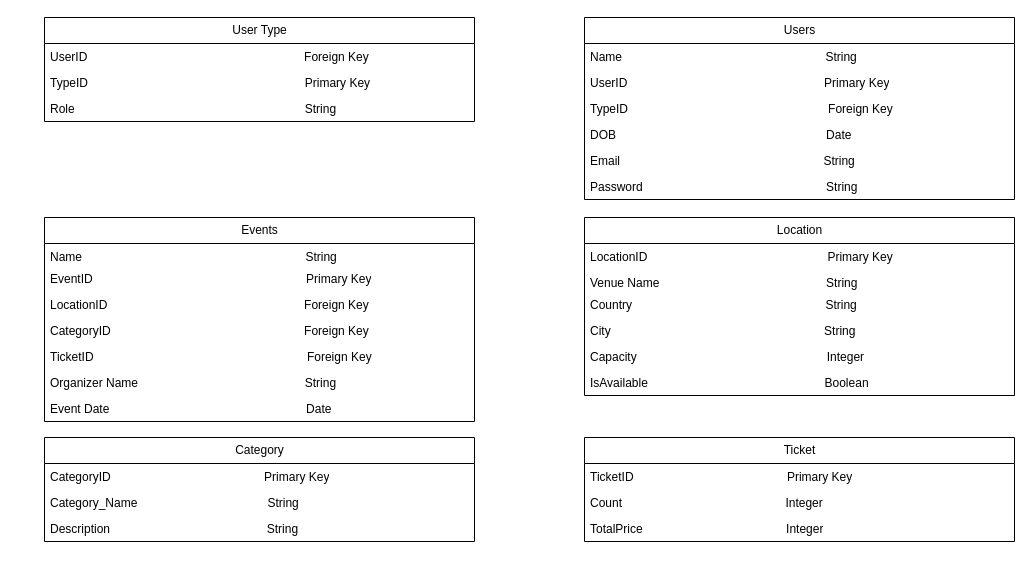
Stormtroopper/HTML-layout-learning keeps this draw.io diagram as Tables.drawio. Above is the earlier version. Source tidied: cells renumbered, new cells numbered last; positions are measured from the earlier drawing's top-left corner, leaving out a move shared by most shapes. Both pictures are drawn from the tidied source at 100%, with x=0, y=0 at pixel (44, 17).
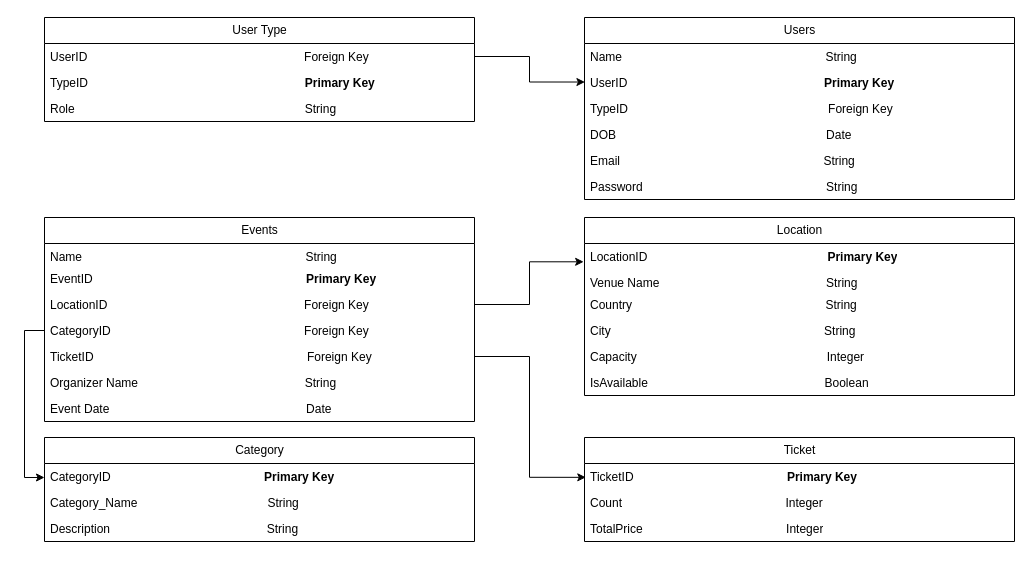
The same diagram, later.

Commit message:
Events_Management_Database_Design

Unchanged cells that the change refers to:
```xml
<mxCell id="2" value="User Type" style="swimlane;fontStyle=0;horizontal=1;startSize=26;fillColor=none;html=1;" parent="1" vertex="1">
  <mxGeometry width="430" height="104" as="geometry" />
</mxCell>
<mxCell id="3" value="UserID&amp;nbsp; &amp;nbsp; &amp;nbsp; &amp;nbsp; &amp;nbsp; &amp;nbsp; &amp;nbsp; &amp;nbsp; &amp;nbsp; &amp;nbsp; &amp;nbsp; &amp;nbsp; &amp;nbsp; &amp;nbsp; &amp;nbsp; &amp;nbsp; &amp;nbsp; &amp;nbsp; &amp;nbsp; &amp;nbsp; &amp;nbsp; &amp;nbsp; &amp;nbsp; &amp;nbsp; &amp;nbsp; &amp;nbsp; &amp;nbsp; &amp;nbsp; &amp;nbsp; &amp;nbsp; &amp;nbsp; &amp;nbsp; &amp;nbsp;Foreign Key&amp;nbsp; &amp;nbsp; &amp;nbsp; &amp;nbsp; &amp;nbsp; &amp;nbsp;" style="text;strokeColor=none;fillColor=none;align=left;verticalAlign=top;spacingLeft=4;spacingRight=4;overflow=hidden;points=[[0,0.5],[1,0.5]];portConstraint=eastwest;whiteSpace=wrap;html=1;" parent="2" vertex="1">
  <mxGeometry y="26" width="430" height="26" as="geometry" />
</mxCell>
<mxCell id="6" value="Users" style="swimlane;fontStyle=0;horizontal=1;startSize=26;fillColor=none;html=1;" parent="1" vertex="1">
  <mxGeometry x="540" width="430" height="182" as="geometry" />
</mxCell>
<mxCell id="13" value="Events" style="swimlane;fontStyle=0;horizontal=1;startSize=26;fillColor=none;html=1;" parent="1" vertex="1">
  <mxGeometry y="200" width="430" height="204" as="geometry" />
</mxCell>
<mxCell id="16" value="LocationID&amp;nbsp; &amp;nbsp; &amp;nbsp; &amp;nbsp; &amp;nbsp; &amp;nbsp; &amp;nbsp; &amp;nbsp; &amp;nbsp; &amp;nbsp; &amp;nbsp; &amp;nbsp; &amp;nbsp; &amp;nbsp; &amp;nbsp; &amp;nbsp; &amp;nbsp; &amp;nbsp; &amp;nbsp; &amp;nbsp; &amp;nbsp; &amp;nbsp; &amp;nbsp; &amp;nbsp; &amp;nbsp; &amp;nbsp; &amp;nbsp; &amp;nbsp; &amp;nbsp; &amp;nbsp;Foreign Key" style="text;strokeColor=none;fillColor=none;align=left;verticalAlign=top;spacingLeft=4;spacingRight=4;overflow=hidden;points=[[0,0.5],[1,0.5]];portConstraint=eastwest;whiteSpace=wrap;html=1;" parent="13" vertex="1">
  <mxGeometry y="74" width="430" height="26" as="geometry" />
</mxCell>
<mxCell id="17" value="CategoryID&amp;nbsp; &amp;nbsp; &amp;nbsp; &amp;nbsp; &amp;nbsp; &amp;nbsp; &amp;nbsp; &amp;nbsp; &amp;nbsp; &amp;nbsp; &amp;nbsp; &amp;nbsp; &amp;nbsp; &amp;nbsp; &amp;nbsp; &amp;nbsp; &amp;nbsp; &amp;nbsp; &amp;nbsp; &amp;nbsp; &amp;nbsp; &amp;nbsp; &amp;nbsp; &amp;nbsp; &amp;nbsp; &amp;nbsp; &amp;nbsp; &amp;nbsp; &amp;nbsp; Foreign Key" style="text;strokeColor=none;fillColor=none;align=left;verticalAlign=top;spacingLeft=4;spacingRight=4;overflow=hidden;points=[[0,0.5],[1,0.5]];portConstraint=eastwest;whiteSpace=wrap;html=1;" parent="13" vertex="1">
  <mxGeometry y="100" width="430" height="26" as="geometry" />
</mxCell>
<mxCell id="18" value="TicketID&amp;nbsp; &amp;nbsp; &amp;nbsp; &amp;nbsp; &amp;nbsp; &amp;nbsp; &amp;nbsp; &amp;nbsp; &amp;nbsp; &amp;nbsp; &amp;nbsp; &amp;nbsp; &amp;nbsp; &amp;nbsp; &amp;nbsp; &amp;nbsp; &amp;nbsp; &amp;nbsp; &amp;nbsp; &amp;nbsp; &amp;nbsp; &amp;nbsp; &amp;nbsp; &amp;nbsp; &amp;nbsp; &amp;nbsp; &amp;nbsp; &amp;nbsp; &amp;nbsp; &amp;nbsp; &amp;nbsp; &amp;nbsp; Foreign Key" style="text;strokeColor=none;fillColor=none;align=left;verticalAlign=top;spacingLeft=4;spacingRight=4;overflow=hidden;points=[[0,0.5],[1,0.5]];portConstraint=eastwest;whiteSpace=wrap;html=1;" parent="13" vertex="1">
  <mxGeometry y="126" width="430" height="26" as="geometry" />
</mxCell>
<mxCell id="21" value="Location" style="swimlane;fontStyle=0;horizontal=1;startSize=26;fillColor=none;html=1;" parent="1" vertex="1">
  <mxGeometry x="540" y="200" width="430" height="178" as="geometry" />
</mxCell>
<mxCell id="28" value="Category" style="swimlane;fontStyle=0;horizontal=1;startSize=26;fillColor=none;html=1;" parent="1" vertex="1">
  <mxGeometry y="420" width="430" height="104" as="geometry" />
</mxCell>
<mxCell id="32" value="Ticket" style="swimlane;fontStyle=0;horizontal=1;startSize=26;fillColor=none;html=1;" parent="1" vertex="1">
  <mxGeometry x="540" y="420" width="430" height="104" as="geometry" />
</mxCell>
```

Diff of the diagram source:
```diff
@@
-    <mxCell id="4" value="TypeID&amp;nbsp; &amp;nbsp; &amp;nbsp; &amp;nbsp; &amp;nbsp; &amp;nbsp; &amp;nbsp; &amp;nbsp; &amp;nbsp; &amp;nbsp; &amp;nbsp; &amp;nbsp; &amp;nbsp; &amp;nbsp; &amp;nbsp; &amp;nbsp; &amp;nbsp; &amp;nbsp; &amp;nbsp; &amp;nbsp; &amp;nbsp; &amp;nbsp; &amp;nbsp; &amp;nbsp; &amp;nbsp; &amp;nbsp; &amp;nbsp; &amp;nbsp; &amp;nbsp; &amp;nbsp; &amp;nbsp; &amp;nbsp; &amp;nbsp;Primary Key&lt;div&gt;&lt;br&gt;&lt;/div&gt;" style="text;strokeColor=none;fillColor=none;align=left;verticalAlign=top;spacingLeft=4;spacingRight=4;overflow=hidden;whiteSpace=wrap;html=1;" parent="2" vertex="1">
+    <mxCell id="4" value="TypeID&amp;nbsp; &amp;nbsp; &amp;nbsp; &amp;nbsp; &amp;nbsp; &amp;nbsp; &amp;nbsp; &amp;nbsp; &amp;nbsp; &amp;nbsp; &amp;nbsp; &amp;nbsp; &amp;nbsp; &amp;nbsp; &amp;nbsp; &amp;nbsp; &amp;nbsp; &amp;nbsp; &amp;nbsp; &amp;nbsp; &amp;nbsp; &amp;nbsp; &amp;nbsp; &amp;nbsp; &amp;nbsp; &amp;nbsp; &amp;nbsp; &amp;nbsp; &amp;nbsp; &amp;nbsp; &amp;nbsp; &amp;nbsp; &amp;nbsp;&lt;b&gt;Primary Key&lt;/b&gt;&lt;div&gt;&lt;br&gt;&lt;/div&gt;" style="text;strokeColor=none;fillColor=none;align=left;verticalAlign=top;spacingLeft=4;spacingRight=4;overflow=hidden;whiteSpace=wrap;html=1;" parent="2" vertex="1">
       <mxGeometry y="52" width="430" height="26" as="geometry" />
     </mxCell>
@@
-    <mxCell id="8" value="UserID&amp;nbsp; &amp;nbsp; &amp;nbsp; &amp;nbsp; &amp;nbsp; &amp;nbsp; &amp;nbsp; &amp;nbsp; &amp;nbsp; &amp;nbsp; &amp;nbsp; &amp;nbsp; &amp;nbsp; &amp;nbsp; &amp;nbsp; &amp;nbsp; &amp;nbsp; &amp;nbsp; &amp;nbsp; &amp;nbsp; &amp;nbsp; &amp;nbsp; &amp;nbsp; &amp;nbsp; &amp;nbsp; &amp;nbsp; &amp;nbsp; &amp;nbsp; &amp;nbsp; &amp;nbsp;Primary Key" style="text;strokeColor=none;fillColor=none;align=left;verticalAlign=top;spacingLeft=4;spacingRight=4;overflow=hidden;points=[[0,0.5],[1,0.5]];portConstraint=eastwest;whiteSpace=wrap;html=1;" parent="6" vertex="1">
+    <mxCell id="8" value="UserID&amp;nbsp; &amp;nbsp; &amp;nbsp; &amp;nbsp; &amp;nbsp; &amp;nbsp; &amp;nbsp; &amp;nbsp; &amp;nbsp; &amp;nbsp; &amp;nbsp; &amp;nbsp; &amp;nbsp; &amp;nbsp; &amp;nbsp; &amp;nbsp; &amp;nbsp; &amp;nbsp; &amp;nbsp; &amp;nbsp; &amp;nbsp; &amp;nbsp; &amp;nbsp; &amp;nbsp; &amp;nbsp; &amp;nbsp; &amp;nbsp; &amp;nbsp; &amp;nbsp; &amp;nbsp;&lt;b&gt;Primary Key&lt;/b&gt;" style="text;strokeColor=none;fillColor=none;align=left;verticalAlign=top;spacingLeft=4;spacingRight=4;overflow=hidden;points=[[0,0.5],[1,0.5]];portConstraint=eastwest;whiteSpace=wrap;html=1;" parent="6" vertex="1">
       <mxGeometry y="52" width="430" height="26" as="geometry" />
     </mxCell>
@@
-    <mxCell id="15" value="EventID&amp;nbsp; &amp;nbsp; &amp;nbsp; &amp;nbsp; &amp;nbsp; &amp;nbsp; &amp;nbsp; &amp;nbsp; &amp;nbsp; &amp;nbsp; &amp;nbsp; &amp;nbsp; &amp;nbsp; &amp;nbsp; &amp;nbsp; &amp;nbsp; &amp;nbsp; &amp;nbsp; &amp;nbsp; &amp;nbsp; &amp;nbsp; &amp;nbsp; &amp;nbsp; &amp;nbsp; &amp;nbsp; &amp;nbsp; &amp;nbsp; &amp;nbsp; &amp;nbsp; &amp;nbsp; &amp;nbsp; &amp;nbsp; Primary Key" style="text;strokeColor=none;fillColor=none;align=left;verticalAlign=top;spacingLeft=4;spacingRight=4;overflow=hidden;whiteSpace=wrap;html=1;" parent="13" vertex="1">
+    <mxCell id="15" value="EventID&amp;nbsp; &amp;nbsp; &amp;nbsp; &amp;nbsp; &amp;nbsp; &amp;nbsp; &amp;nbsp; &amp;nbsp; &amp;nbsp; &amp;nbsp; &amp;nbsp; &amp;nbsp; &amp;nbsp; &amp;nbsp; &amp;nbsp; &amp;nbsp; &amp;nbsp; &amp;nbsp; &amp;nbsp; &amp;nbsp; &amp;nbsp; &amp;nbsp; &amp;nbsp; &amp;nbsp; &amp;nbsp; &amp;nbsp; &amp;nbsp; &amp;nbsp; &amp;nbsp; &amp;nbsp; &amp;nbsp; &amp;nbsp; &lt;b&gt;Primary Key&lt;/b&gt;" style="text;strokeColor=none;fillColor=none;align=left;verticalAlign=top;spacingLeft=4;spacingRight=4;overflow=hidden;whiteSpace=wrap;html=1;" parent="13" vertex="1">
       <mxGeometry y="48" width="430" height="26" as="geometry" />
     </mxCell>
@@
-    <mxCell id="22" value="LocationID&amp;nbsp; &amp;nbsp; &amp;nbsp; &amp;nbsp; &amp;nbsp; &amp;nbsp; &amp;nbsp; &amp;nbsp; &amp;nbsp; &amp;nbsp; &amp;nbsp; &amp;nbsp; &amp;nbsp; &amp;nbsp; &amp;nbsp; &amp;nbsp; &amp;nbsp; &amp;nbsp; &amp;nbsp; &amp;nbsp; &amp;nbsp; &amp;nbsp; &amp;nbsp; &amp;nbsp; &amp;nbsp; &amp;nbsp; &amp;nbsp; Primary Key" style="text;strokeColor=none;fillColor=none;align=left;verticalAlign=top;spacingLeft=4;spacingRight=4;overflow=hidden;points=[[0,0.5],[1,0.5]];portConstraint=eastwest;whiteSpace=wrap;html=1;" parent="21" vertex="1">
+    <mxCell id="22" value="LocationID&amp;nbsp; &amp;nbsp; &amp;nbsp; &amp;nbsp; &amp;nbsp; &amp;nbsp; &amp;nbsp; &amp;nbsp; &amp;nbsp; &amp;nbsp; &amp;nbsp; &amp;nbsp; &amp;nbsp; &amp;nbsp; &amp;nbsp; &amp;nbsp; &amp;nbsp; &amp;nbsp; &amp;nbsp; &amp;nbsp; &amp;nbsp; &amp;nbsp; &amp;nbsp; &amp;nbsp; &amp;nbsp; &amp;nbsp; &amp;nbsp; &lt;b&gt;Primary Key&lt;/b&gt;" style="text;strokeColor=none;fillColor=none;align=left;verticalAlign=top;spacingLeft=4;spacingRight=4;overflow=hidden;points=[[0,0.5],[1,0.5]];portConstraint=eastwest;whiteSpace=wrap;html=1;" parent="21" vertex="1">
       <mxGeometry y="26" width="430" height="26" as="geometry" />
     </mxCell>
@@
-    <mxCell id="29" value="CategoryID&amp;nbsp; &amp;nbsp; &amp;nbsp; &amp;nbsp; &amp;nbsp; &amp;nbsp; &amp;nbsp; &amp;nbsp; &amp;nbsp; &amp;nbsp; &amp;nbsp; &amp;nbsp; &amp;nbsp; &amp;nbsp; &amp;nbsp; &amp;nbsp; &amp;nbsp; &amp;nbsp; &amp;nbsp; &amp;nbsp; &amp;nbsp; &amp;nbsp; &amp;nbsp; Primary Key" style="text;strokeColor=none;fillColor=none;align=left;verticalAlign=top;spacingLeft=4;spacingRight=4;overflow=hidden;points=[[0,0.5],[1,0.5]];portConstraint=eastwest;whiteSpace=wrap;html=1;" parent="28" vertex="1">
+    <mxCell id="29" value="CategoryID&amp;nbsp; &amp;nbsp; &amp;nbsp; &amp;nbsp; &amp;nbsp; &amp;nbsp; &amp;nbsp; &amp;nbsp; &amp;nbsp; &amp;nbsp; &amp;nbsp; &amp;nbsp; &amp;nbsp; &amp;nbsp; &amp;nbsp; &amp;nbsp; &amp;nbsp; &amp;nbsp; &amp;nbsp; &amp;nbsp; &amp;nbsp; &amp;nbsp; &amp;nbsp; &lt;b&gt;Primary Key&lt;/b&gt;" style="text;strokeColor=none;fillColor=none;align=left;verticalAlign=top;spacingLeft=4;spacingRight=4;overflow=hidden;points=[[0,0.5],[1,0.5]];portConstraint=eastwest;whiteSpace=wrap;html=1;" parent="28" vertex="1">
       <mxGeometry y="26" width="430" height="26" as="geometry" />
     </mxCell>
@@
-    <mxCell id="33" value="TicketID&amp;nbsp; &amp;nbsp; &amp;nbsp; &amp;nbsp; &amp;nbsp; &amp;nbsp; &amp;nbsp; &amp;nbsp; &amp;nbsp; &amp;nbsp; &amp;nbsp; &amp;nbsp; &amp;nbsp; &amp;nbsp; &amp;nbsp; &amp;nbsp; &amp;nbsp; &amp;nbsp; &amp;nbsp; &amp;nbsp; &amp;nbsp; &amp;nbsp; &amp;nbsp; Primary Key" style="text;strokeColor=none;fillColor=none;align=left;verticalAlign=top;spacingLeft=4;spacingRight=4;overflow=hidden;points=[[0,0.5],[1,0.5]];portConstraint=eastwest;whiteSpace=wrap;html=1;" parent="32" vertex="1">
+    <mxCell id="33" value="TicketID&amp;nbsp; &amp;nbsp; &amp;nbsp; &amp;nbsp; &amp;nbsp; &amp;nbsp; &amp;nbsp; &amp;nbsp; &amp;nbsp; &amp;nbsp; &amp;nbsp; &amp;nbsp; &amp;nbsp; &amp;nbsp; &amp;nbsp; &amp;nbsp; &amp;nbsp; &amp;nbsp; &amp;nbsp; &amp;nbsp; &amp;nbsp; &amp;nbsp; &amp;nbsp; &lt;b&gt;Primary Key&lt;/b&gt;" style="text;strokeColor=none;fillColor=none;align=left;verticalAlign=top;spacingLeft=4;spacingRight=4;overflow=hidden;points=[[0,0.5],[1,0.5]];portConstraint=eastwest;whiteSpace=wrap;html=1;" parent="32" vertex="1">
       <mxGeometry y="26" width="430" height="26" as="geometry" />
     </mxCell>
@@
+    <mxCell id="36" style="edgeStyle=orthogonalEdgeStyle;rounded=0;jettySize=auto;html=1;entryX=0;entryY=0.538;entryDx=0;entryDy=0;entryPerimeter=0;" parent="1" edge="1" source="17" target="29">
+      <mxGeometry relative="1" as="geometry" />
+    </mxCell>
+    <mxCell id="37" style="edgeStyle=orthogonalEdgeStyle;rounded=0;jettySize=auto;html=1;entryX=0.003;entryY=0.532;entryDx=0;entryDy=0;entryPerimeter=0;" parent="1" edge="1" source="18" target="33">
+      <mxGeometry relative="1" as="geometry" />
+    </mxCell>
+    <mxCell id="38" style="edgeStyle=orthogonalEdgeStyle;rounded=0;jettySize=auto;html=1;entryX=-0.002;entryY=0.704;entryDx=0;entryDy=0;entryPerimeter=0;" parent="1" edge="1" source="16" target="22">
+      <mxGeometry relative="1" as="geometry" />
+    </mxCell>
+    <mxCell id="39" style="edgeStyle=orthogonalEdgeStyle;rounded=0;jettySize=auto;html=1;entryX=0.001;entryY=0.482;entryDx=0;entryDy=0;entryPerimeter=0;" parent="1" edge="1" source="3" target="8">
+      <mxGeometry relative="1" as="geometry" />
+    </mxCell>
```
